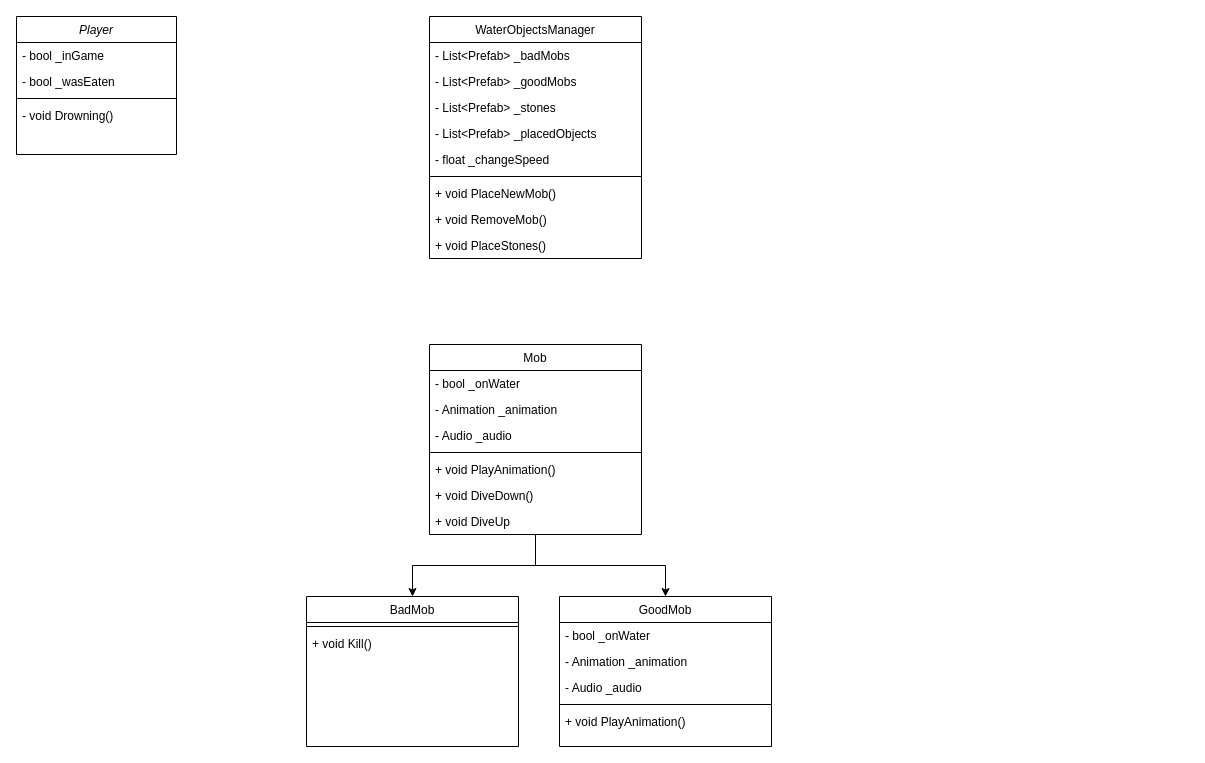
Earlier version of the draw.io diagram Prototyp/PrototypUML.drawio (LksWllmnn/GD_PaulSpez23). Source tidied: cells renumbered, new cells numbered last; positions are measured from the earlier drawing's top-left corner, leaving out a move shared by most shapes. Both pictures are drawn from the tidied source at 100%, with x=0, y=0 at pixel (16, 16).
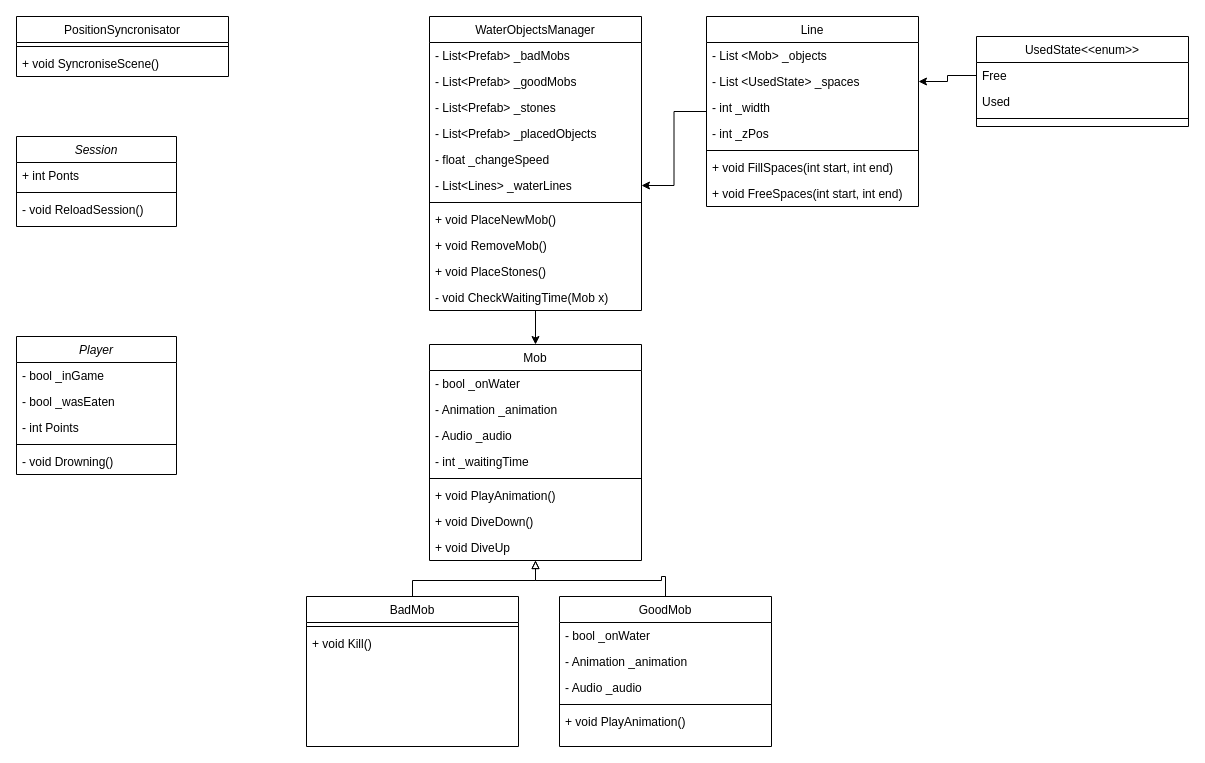
After the change.

Unchanged cells that the change refers to:
```xml
<mxCell id="27" value="BadMob" style="swimlane;fontStyle=0;align=center;verticalAlign=top;horizontal=1;startSize=26;rounded=0;shadow=0;strokeWidth=1;" parent="1" vertex="1">
  <mxGeometry x="290" y="580" width="212" height="150" as="geometry" />
</mxCell>
<mxCell id="30" value="GoodMob" style="swimlane;fontStyle=0;align=center;verticalAlign=top;horizontal=1;startSize=26;rounded=0;shadow=0;strokeWidth=1;" parent="1" vertex="1">
  <mxGeometry x="543" y="580" width="212" height="150" as="geometry" />
</mxCell>
```

Diff of the diagram source:
```diff
@@
     <mxCell id="2" value="Player" style="swimlane;fontStyle=2;align=center;verticalAlign=top;horizontal=1;startSize=26;rounded=0;shadow=0;strokeWidth=1;" parent="1" vertex="1">
-      <mxGeometry width="160" height="138" as="geometry" />
+      <mxGeometry y="320" width="160" height="138" as="geometry" />
     </mxCell>
@@
+    <mxCell id="36" value="- int Points" style="text;align=left;verticalAlign=top;spacingLeft=4;spacingRight=4;overflow=hidden;rounded=0;shadow=0;html=0;" parent="2" vertex="1">
+      <mxGeometry y="78" width="160" height="26" as="geometry" />
+    </mxCell>
     <mxCell id="5" style="line;html=1;strokeWidth=1;align=left;verticalAlign=middle;spacingTop=-1;spacingLeft=3;spacingRight=3;labelPosition=right;" parent="2" vertex="1">
-      <mxGeometry y="78" width="160" height="8" as="geometry" />
+      <mxGeometry y="104" width="160" height="8" as="geometry" />
     </mxCell>
     <mxCell id="6" value="- void Drowning()" style="text;align=left;verticalAlign=top;spacingLeft=4;spacingRight=4;overflow=hidden;" parent="2" vertex="1">
-      <mxGeometry y="86" width="160" height="26" as="geometry" />
+      <mxGeometry y="112" width="160" height="26" as="geometry" />
     </mxCell>
+    <mxCell id="37" style="edgeStyle=orthogonalEdgeStyle;rounded=0;jettySize=auto;html=1;" parent="1" edge="1" source="7" target="19">
+      <mxGeometry relative="1" as="geometry" />
+    </mxCell>
     <mxCell id="7" value="WaterObjectsManager" style="swimlane;fontStyle=0;align=center;verticalAlign=top;horizontal=1;startSize=26;rounded=0;shadow=0;strokeWidth=1;" parent="1" vertex="1">
-      <mxGeometry x="413" width="212" height="242" as="geometry" />
+      <mxGeometry x="413" width="212" height="294" as="geometry" />
     </mxCell>
@@
+    <mxCell id="38" value="- float _changeSpeed" style="text;align=left;verticalAlign=top;spacingLeft=4;spacingRight=4;overflow=hidden;rounded=0;shadow=0;html=0;" parent="7" vertex="1">
+      <mxGeometry y="130" width="212" height="26" as="geometry" />
+    </mxCell>
-    <mxCell id="12" value="- float _changeSpeed" style="text;align=left;verticalAlign=top;spacingLeft=4;spacingRight=4;overflow=hidden;points=[[0,0.5],[1,0.5]];portConstraint=eastwest;rounded=0;shadow=0;html=0;" parent="7" vertex="1">
-      <mxGeometry y="130" width="212" height="26" as="geometry" />
+    <mxCell id="12" value="- List&lt;Lines&gt; _waterLines" style="text;align=left;verticalAlign=top;spacingLeft=4;spacingRight=4;overflow=hidden;points=[[0,0.5],[1,0.5]];portConstraint=eastwest;rounded=0;shadow=0;html=0;" parent="7" vertex="1">
+      <mxGeometry y="156" width="212" height="26" as="geometry" />
     </mxCell>
     <mxCell id="13" style="line;html=1;strokeWidth=1;align=left;verticalAlign=middle;spacingTop=-1;spacingLeft=3;spacingRight=3;labelPosition=right;" parent="7" vertex="1">
-      <mxGeometry y="156" width="212" height="8" as="geometry" />
+      <mxGeometry y="182" width="212" height="8" as="geometry" />
     </mxCell>
     <mxCell id="14" value="+ void PlaceNewMob()" style="text;align=left;verticalAlign=top;spacingLeft=4;spacingRight=4;overflow=hidden;" parent="7" vertex="1">
-      <mxGeometry y="164" width="212" height="26" as="geometry" />
+      <mxGeometry y="190" width="212" height="26" as="geometry" />
     </mxCell>
     <mxCell id="15" value="+ void RemoveMob()" style="text;align=left;verticalAlign=top;spacingLeft=4;spacingRight=4;overflow=hidden;" parent="7" vertex="1">
-      <mxGeometry y="190" width="212" height="26" as="geometry" />
+      <mxGeometry y="216" width="212" height="26" as="geometry" />
     </mxCell>
     <mxCell id="16" value="+ void PlaceStones()" style="text;align=left;verticalAlign=top;spacingLeft=4;spacingRight=4;overflow=hidden;" parent="7" vertex="1">
-      <mxGeometry y="216" width="212" height="26" as="geometry" />
+      <mxGeometry y="242" width="212" height="26" as="geometry" />
     </mxCell>
+    <mxCell id="39" value="- void CheckWaitingTime(Mob x)" style="text;align=left;verticalAlign=top;spacingLeft=4;spacingRight=4;overflow=hidden;" parent="7" vertex="1">
+      <mxGeometry y="268" width="212" height="26" as="geometry" />
+    </mxCell>
-    <mxCell id="17" style="edgeStyle=orthogonalEdgeStyle;rounded=0;jettySize=auto;html=1;" parent="1" edge="1" source="19" target="27">
+    <mxCell id="17" style="edgeStyle=orthogonalEdgeStyle;rounded=0;jettySize=auto;html=1;endArrow=none;endFill=0;startArrow=block;startFill=0;" parent="1" edge="1" source="19" target="27">
       <mxGeometry relative="1" as="geometry" />
     </mxCell>
-    <mxCell id="18" style="edgeStyle=orthogonalEdgeStyle;rounded=0;jettySize=auto;html=1;" parent="1" edge="1" source="19" target="30">
+    <mxCell id="18" style="edgeStyle=orthogonalEdgeStyle;rounded=0;jettySize=auto;html=1;endArrow=none;endFill=0;startArrow=block;startFill=0;" parent="1" edge="1" source="19" target="30">
       <mxGeometry relative="1" as="geometry" />
     </mxCell>
     <mxCell id="19" value="Mob" style="swimlane;fontStyle=0;align=center;verticalAlign=top;horizontal=1;startSize=26;rounded=0;shadow=0;strokeWidth=1;" parent="1" vertex="1">
-      <mxGeometry x="413" y="328" width="212" height="190" as="geometry" />
+      <mxGeometry x="413" y="328" width="212" height="216" as="geometry" />
     </mxCell>
@@
+    <mxCell id="40" value="- int _waitingTime" style="text;align=left;verticalAlign=top;spacingLeft=4;spacingRight=4;overflow=hidden;" parent="19" vertex="1">
+      <mxGeometry y="104" width="212" height="26" as="geometry" />
+    </mxCell>
     <mxCell id="23" style="line;html=1;strokeWidth=1;align=left;verticalAlign=middle;spacingTop=-1;spacingLeft=3;spacingRight=3;labelPosition=right;" parent="19" vertex="1">
-      <mxGeometry y="104" width="212" height="8" as="geometry" />
+      <mxGeometry y="130" width="212" height="8" as="geometry" />
     </mxCell>
     <mxCell id="24" value="+ void PlayAnimation()" style="text;align=left;verticalAlign=top;spacingLeft=4;spacingRight=4;overflow=hidden;" parent="19" vertex="1">
-      <mxGeometry y="112" width="212" height="26" as="geometry" />
+      <mxGeometry y="138" width="212" height="26" as="geometry" />
     </mxCell>
     <mxCell id="25" value="+ void DiveDown()" style="text;align=left;verticalAlign=top;spacingLeft=4;spacingRight=4;overflow=hidden;" parent="19" vertex="1">
-      <mxGeometry y="138" width="212" height="26" as="geometry" />
+      <mxGeometry y="164" width="212" height="26" as="geometry" />
     </mxCell>
     <mxCell id="26" value="+ void DiveUp" style="text;align=left;verticalAlign=top;spacingLeft=4;spacingRight=4;overflow=hidden;" parent="19" vertex="1">
-      <mxGeometry y="164" width="212" height="26" as="geometry" />
+      <mxGeometry y="190" width="212" height="26" as="geometry" />
     </mxCell>
@@
+    <mxCell id="41" value="PositionSyncronisator" style="swimlane;fontStyle=0;align=center;verticalAlign=top;horizontal=1;startSize=26;rounded=0;shadow=0;strokeWidth=1;" parent="1" vertex="1">
+      <mxGeometry width="212" height="60" as="geometry" />
+    </mxCell>
+    <mxCell id="42" style="line;html=1;strokeWidth=1;align=left;verticalAlign=middle;spacingTop=-1;spacingLeft=3;spacingRight=3;labelPosition=right;" parent="41" vertex="1">
+      <mxGeometry y="26" width="212" height="8" as="geometry" />
+    </mxCell>
+    <mxCell id="43" value="+ void SyncroniseScene()" style="text;align=left;verticalAlign=top;spacingLeft=4;spacingRight=4;overflow=hidden;" parent="41" vertex="1">
+      <mxGeometry y="34" width="212" height="26" as="geometry" />
+    </mxCell>
+    <mxCell id="44" value="Session" style="swimlane;fontStyle=2;align=center;verticalAlign=top;horizontal=1;startSize=26;rounded=0;shadow=0;strokeWidth=1;" parent="1" vertex="1">
+      <mxGeometry y="120" width="160" height="90" as="geometry" />
+    </mxCell>
+    <mxCell id="45" value="+ int Ponts" style="text;align=left;verticalAlign=top;spacingLeft=4;spacingRight=4;overflow=hidden;" parent="44" vertex="1">
+      <mxGeometry y="26" width="160" height="26" as="geometry" />
+    </mxCell>
+    <mxCell id="46" style="line;html=1;strokeWidth=1;align=left;verticalAlign=middle;spacingTop=-1;spacingLeft=3;spacingRight=3;labelPosition=right;" parent="44" vertex="1">
+      <mxGeometry y="52" width="160" height="8" as="geometry" />
+    </mxCell>
+    <mxCell id="47" value="- void ReloadSession()" style="text;align=left;verticalAlign=top;spacingLeft=4;spacingRight=4;overflow=hidden;" parent="44" vertex="1">
+      <mxGeometry y="60" width="160" height="26" as="geometry" />
+    </mxCell>
+    <mxCell id="48" style="edgeStyle=orthogonalEdgeStyle;rounded=0;jettySize=auto;html=1;" parent="1" edge="1" source="49" target="12">
+      <mxGeometry relative="1" as="geometry" />
+    </mxCell>
+    <mxCell id="49" value="Line" style="swimlane;fontStyle=0;align=center;verticalAlign=top;horizontal=1;startSize=26;rounded=0;shadow=0;strokeWidth=1;" parent="1" vertex="1">
+      <mxGeometry x="690" width="212" height="190" as="geometry" />
+    </mxCell>
+    <mxCell id="50" value="- List &lt;Mob&gt; _objects" style="text;align=left;verticalAlign=top;spacingLeft=4;spacingRight=4;overflow=hidden;rounded=0;shadow=0;html=0;" parent="49" vertex="1">
+      <mxGeometry y="26" width="212" height="26" as="geometry" />
+    </mxCell>
+    <mxCell id="51" value="- List &lt;UsedState&gt; _spaces" style="text;align=left;verticalAlign=top;spacingLeft=4;spacingRight=4;overflow=hidden;points=[[0,0.5],[1,0.5]];portConstraint=eastwest;rounded=0;shadow=0;html=0;" parent="49" vertex="1">
+      <mxGeometry y="52" width="212" height="26" as="geometry" />
+    </mxCell>
+    <mxCell id="52" value="- int _width" style="text;align=left;verticalAlign=top;spacingLeft=4;spacingRight=4;overflow=hidden;rounded=0;shadow=0;html=0;" parent="49" vertex="1">
+      <mxGeometry y="78" width="212" height="26" as="geometry" />
+    </mxCell>
+    <mxCell id="53" value="- int _zPos" style="text;align=left;verticalAlign=top;spacingLeft=4;spacingRight=4;overflow=hidden;rounded=0;shadow=0;html=0;" parent="49" vertex="1">
+      <mxGeometry y="104" width="212" height="26" as="geometry" />
+    </mxCell>
+    <mxCell id="54" style="line;html=1;strokeWidth=1;align=left;verticalAlign=middle;spacingTop=-1;spacingLeft=3;spacingRight=3;labelPosition=right;" parent="49" vertex="1">
+      <mxGeometry y="130" width="212" height="8" as="geometry" />
+    </mxCell>
+    <mxCell id="55" value="+ void FillSpaces(int start, int end)" style="text;align=left;verticalAlign=top;spacingLeft=4;spacingRight=4;overflow=hidden;rounded=0;shadow=0;html=0;" parent="49" vertex="1">
+      <mxGeometry y="138" width="212" height="26" as="geometry" />
+    </mxCell>
+    <mxCell id="56" value="+ void FreeSpaces(int start, int end)" style="text;align=left;verticalAlign=top;spacingLeft=4;spacingRight=4;overflow=hidden;rounded=0;shadow=0;html=0;" parent="49" vertex="1">
+      <mxGeometry y="164" width="212" height="26" as="geometry" />
+    </mxCell>
+    <mxCell id="57" value="UsedState&lt;&lt;enum&gt;&gt;" style="swimlane;fontStyle=0;align=center;verticalAlign=top;horizontal=1;startSize=26;rounded=0;shadow=0;strokeWidth=1;" parent="1" vertex="1">
+      <mxGeometry x="960" y="20" width="212" height="90" as="geometry" />
+    </mxCell>
+    <mxCell id="58" value="Free" style="text;align=left;verticalAlign=top;spacingLeft=4;spacingRight=4;overflow=hidden;points=[[0,0.5],[1,0.5]];portConstraint=eastwest;rounded=0;shadow=0;html=0;" parent="57" vertex="1">
+      <mxGeometry y="26" width="212" height="26" as="geometry" />
+    </mxCell>
+    <mxCell id="59" value="Used" style="text;align=left;verticalAlign=top;spacingLeft=4;spacingRight=4;overflow=hidden;rounded=0;shadow=0;html=0;" parent="57" vertex="1">
+      <mxGeometry y="52" width="212" height="26" as="geometry" />
+    </mxCell>
+    <mxCell id="60" style="line;html=1;strokeWidth=1;align=left;verticalAlign=middle;spacingTop=-1;spacingLeft=3;spacingRight=3;labelPosition=right;" parent="57" vertex="1">
+      <mxGeometry y="78" width="212" height="8" as="geometry" />
+    </mxCell>
+    <mxCell id="61" style="edgeStyle=orthogonalEdgeStyle;rounded=0;jettySize=auto;html=1;" parent="1" edge="1" source="58" target="51">
+      <mxGeometry relative="1" as="geometry" />
+    </mxCell>
```
